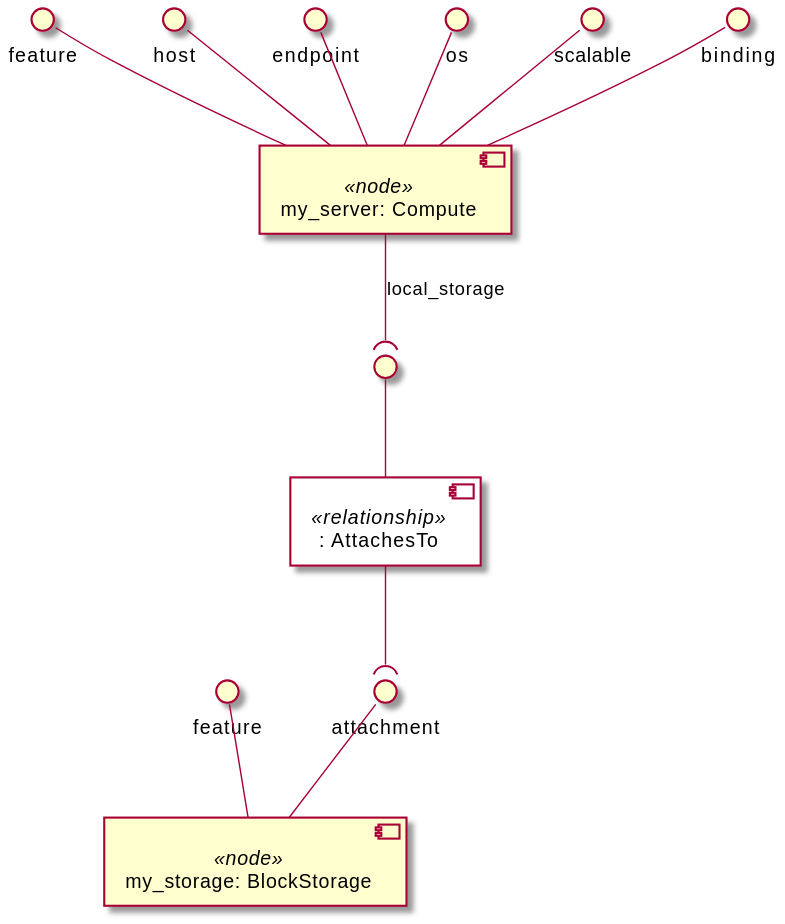
The PlantUML diagram examples/ariatosca/diagrams/uml2/block-storage-1-1.0-uml2-component-diagram2.svg in Orange-OpenSource/Cloudnet-TOSCA-toolbox, before a commit. Its diagram source:
```plantuml
@startuml
skinparam componentStyle uml2
skinparam component {
  backgroundColor<<relationship>> White
}

component "my_server: Compute" <<node>> as node_my_server
interface "feature" as node_my_server_feature
node_my_server_feature -- node_my_server
interface "host" as node_my_server_host
node_my_server_host -- node_my_server
interface "endpoint" as node_my_server_endpoint
node_my_server_endpoint -- node_my_server
interface "os" as node_my_server_os
node_my_server_os -- node_my_server
interface "scalable" as node_my_server_scalable
node_my_server_scalable -- node_my_server
interface "binding" as node_my_server_binding
node_my_server_binding -- node_my_server
component ": AttachesTo" <<relationship>> as node_my_server_local_storage_relationship0
interface " " as node_my_server_local_storage_relationship0_source
node_my_server_local_storage_relationship0_source -- node_my_server_local_storage_relationship0
node_my_server --( node_my_server_local_storage_relationship0_source : local_storage

component "my_storage: BlockStorage" <<node>> as node_my_storage
interface "feature" as node_my_storage_feature
node_my_storage_feature -- node_my_storage
interface "attachment" as node_my_storage_attachment
node_my_storage_attachment -- node_my_storage

node_my_server_local_storage_relationship0 --( node_my_storage_attachment
@enduml
```
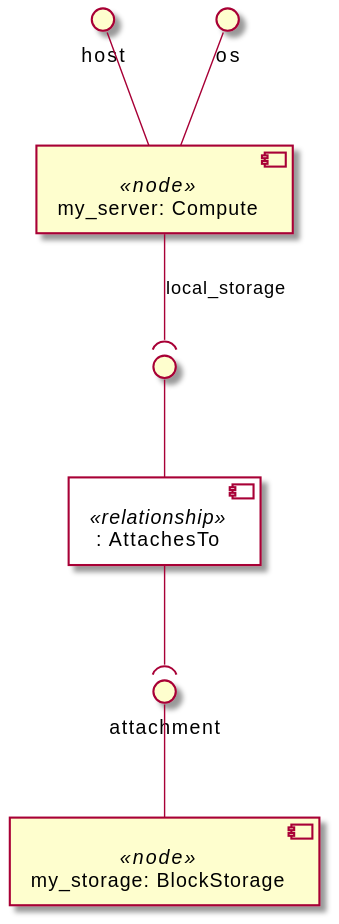
Above is the later version.

Diff of the diagram source:
```diff
@@ -5,26 +5,16 @@
 }
 
 component "my_server: Compute" <<node>> as node_my_server
-interface "feature" as node_my_server_feature
-node_my_server_feature -- node_my_server
 interface "host" as node_my_server_host
 node_my_server_host -- node_my_server
-interface "endpoint" as node_my_server_endpoint
-node_my_server_endpoint -- node_my_server
 interface "os" as node_my_server_os
 node_my_server_os -- node_my_server
-interface "scalable" as node_my_server_scalable
-node_my_server_scalable -- node_my_server
-interface "binding" as node_my_server_binding
-node_my_server_binding -- node_my_server
 component ": AttachesTo" <<relationship>> as node_my_server_local_storage_relationship0
 interface " " as node_my_server_local_storage_relationship0_source
 node_my_server_local_storage_relationship0_source -- node_my_server_local_storage_relationship0
 node_my_server --( node_my_server_local_storage_relationship0_source : local_storage
 
 component "my_storage: BlockStorage" <<node>> as node_my_storage
-interface "feature" as node_my_storage_feature
-node_my_storage_feature -- node_my_storage
 interface "attachment" as node_my_storage_attachment
 node_my_storage_attachment -- node_my_storage
 
```
